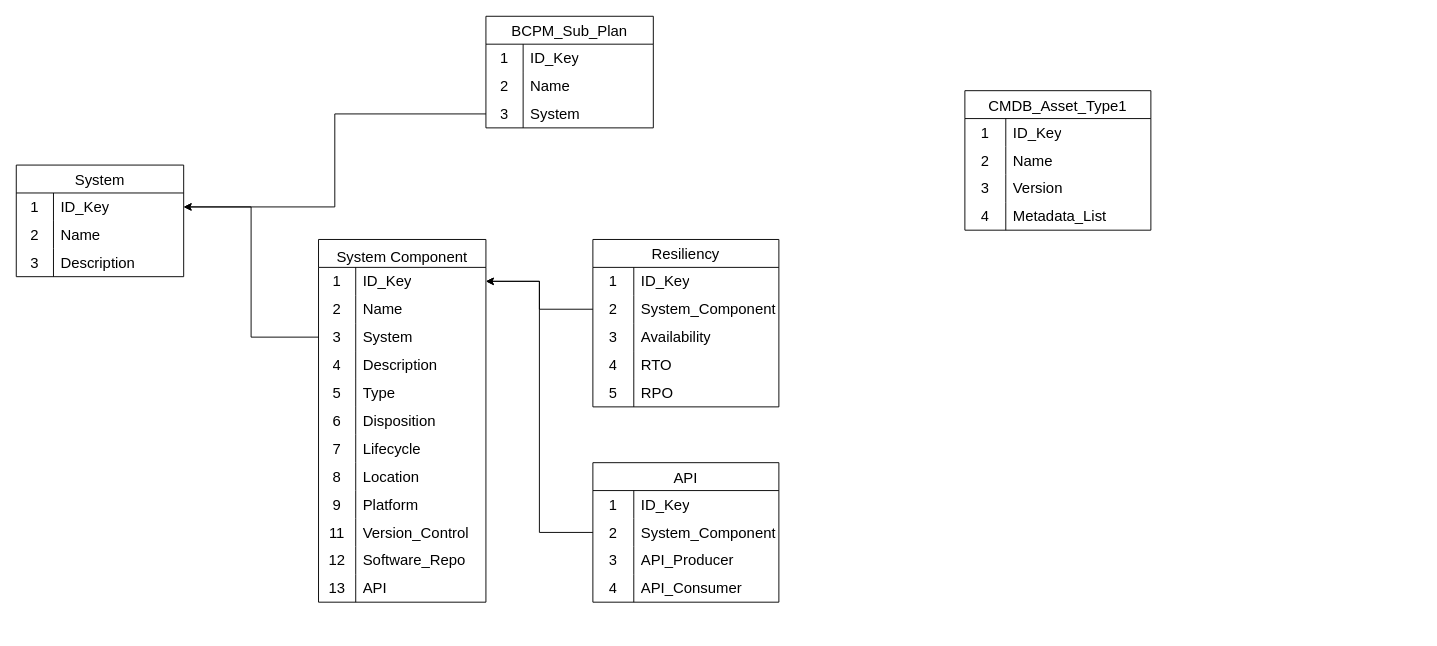
The draw.io diagram page "APM Data Model" (1 of 3) of images/itsm.drawio in bpayt2/temp, before the edit. Source tidied: cells renumbered, new cells numbered last; positions are measured from the earlier drawing's top-left corner, leaving out a move shared by most shapes. Both pictures are drawn from the tidied source at 93%, with x=0, y=0 at pixel (16, 16).
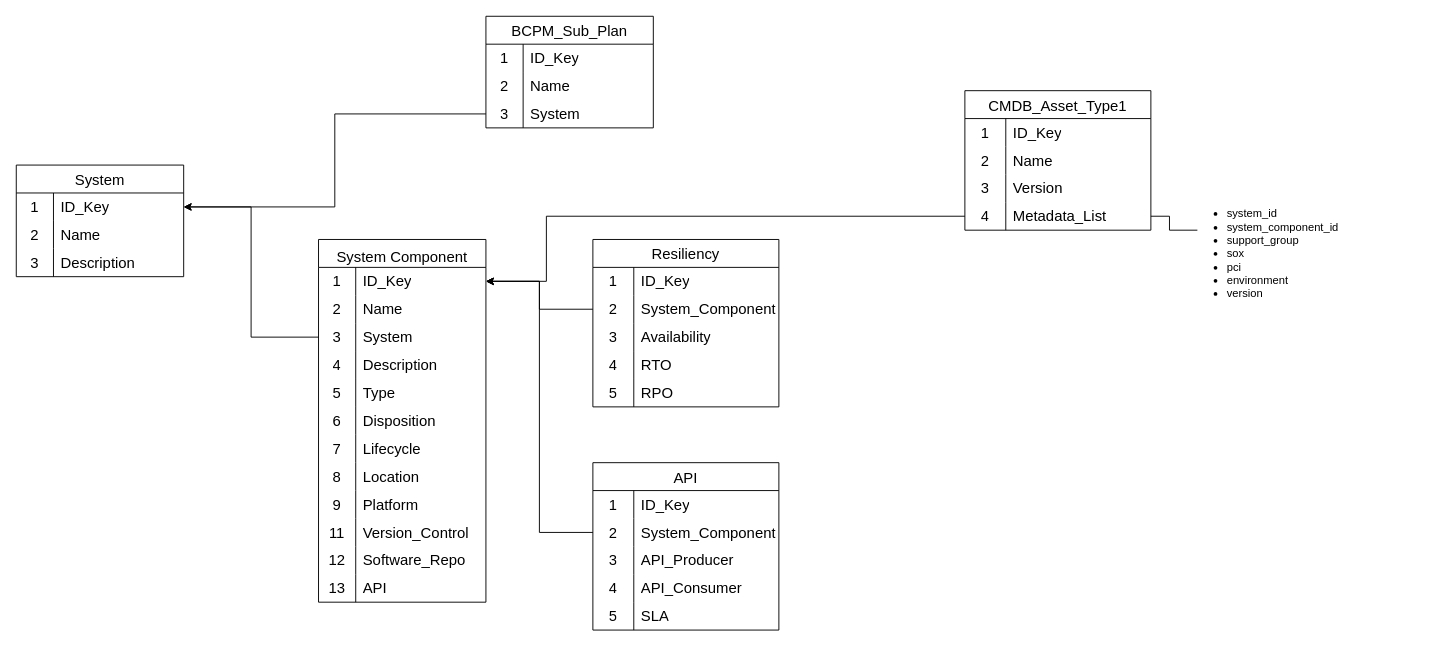
After the change.

Unchanged cells that the change refers to:
```xml
<mxCell id="13" style="shape=tableRow;horizontal=0;startSize=0;swimlaneHead=0;swimlaneBody=0;top=0;left=0;bottom=0;right=0;fillColor=none;points=[[0,0.5],[1,0.5]];portConstraint=eastwest;strokeColor=inherit;fontSize=16;" parent="12" vertex="1">
  <mxGeometry y="30" width="180" height="30" as="geometry" />
</mxCell>
<mxCell id="102" style="shape=tableRow;horizontal=0;startSize=0;swimlaneHead=0;swimlaneBody=0;top=0;left=0;bottom=0;right=0;fillColor=none;points=[[0,0.5],[1,0.5]];portConstraint=eastwest;strokeColor=inherit;fontSize=16;" parent="92" vertex="1">
  <mxGeometry y="120" width="200" height="30" as="geometry" />
</mxCell>
```

The edit, as a diff of the source:
```diff
@@
     <mxCell id="78" value="API" style="shape=table;startSize=30;childLayout=tableLayout;rowLines=0;fontStyle=0;strokeColor=default;fontSize=16;" parent="1" vertex="1">
-      <mxGeometry x="620" y="480" width="200" height="150" as="geometry" />
+      <mxGeometry x="620" y="480" width="200" height="180" as="geometry" />
     </mxCell>
@@
+    <mxCell id="105" style="shape=tableRow;horizontal=0;startSize=0;swimlaneHead=0;swimlaneBody=0;top=0;left=0;bottom=0;right=0;fillColor=none;strokeColor=inherit;fontSize=16;" parent="78" vertex="1">
+      <mxGeometry y="150" width="200" height="30" as="geometry" />
+    </mxCell>
+    <mxCell id="106" value="5" style="shape=partialRectangle;html=1;whiteSpace=wrap;fillColor=none;top=0;left=0;bottom=0;right=0;overflow=hidden;strokeColor=inherit;fontSize=16;" parent="105" vertex="1">
+      <mxGeometry width="44" height="30" as="geometry" />
+    </mxCell>
+    <mxCell id="107" value="SLA" style="shape=partialRectangle;html=1;whiteSpace=wrap;fillColor=none;top=0;left=0;bottom=0;right=0;align=left;spacingLeft=6;overflow=hidden;strokeColor=inherit;fontSize=16;" parent="105" vertex="1">
+      <mxGeometry x="44" width="156" height="30" as="geometry" />
+    </mxCell>
@@
+    <mxCell id="108" value="&lt;ul&gt;&lt;li&gt;system_id&lt;/li&gt;&lt;li&gt;system_component_id&lt;/li&gt;&lt;li&gt;support_group&lt;/li&gt;&lt;li&gt;sox&lt;/li&gt;&lt;li&gt;pci&lt;/li&gt;&lt;li&gt;environment&lt;/li&gt;&lt;li&gt;version&lt;/li&gt;&lt;/ul&gt;" style="text;strokeColor=none;fillColor=none;html=1;whiteSpace=wrap;verticalAlign=middle;overflow=hidden;" parent="1" vertex="1">
+      <mxGeometry x="1260" y="150" width="250" height="210" as="geometry" />
+    </mxCell>
+    <mxCell id="109" style="edgeStyle=orthogonalEdgeStyle;rounded=0;jettySize=auto;html=1;exitX=1;exitY=0.5;exitDx=0;exitDy=0;entryX=0.04;entryY=0.381;entryDx=0;entryDy=0;entryPerimeter=0;endArrow=none;endFill=0;" parent="1" edge="1" source="102" target="108">
+      <mxGeometry relative="1" as="geometry" />
+    </mxCell>
+    <mxCell id="110" style="edgeStyle=orthogonalEdgeStyle;rounded=0;jettySize=auto;html=1;exitX=0;exitY=0.5;exitDx=0;exitDy=0;entryX=1;entryY=0.5;entryDx=0;entryDy=0;" parent="1" edge="1" source="102" target="13">
+      <mxGeometry relative="1" as="geometry">
+        <Array as="points">
+          <mxPoint x="570" y="215" />
+          <mxPoint x="570" y="285" />
+        </Array>
+      </mxGeometry>
+    </mxCell>
```
